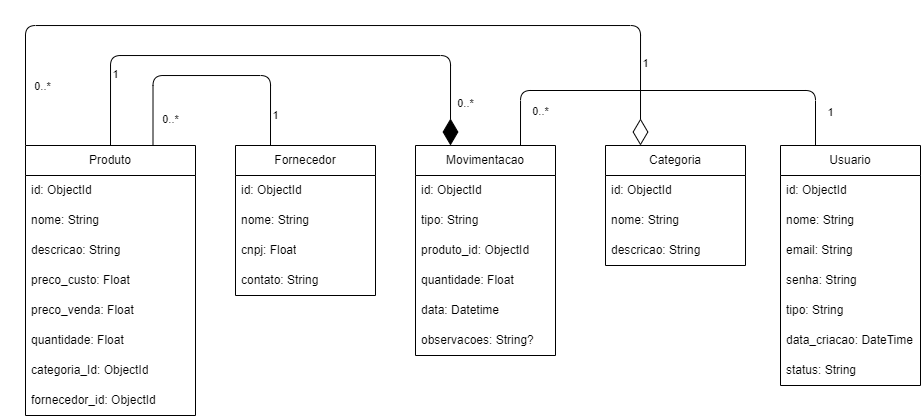
This is docs/STOCK.png from FatecFranca/DSM-P3-G03-2025-1, a draw.io export, as it was before one commit. Source tidied: cells renumbered, new cells last; positions are measured from the earlier drawing's top-left corner, leaving out a move shared by most shapes.
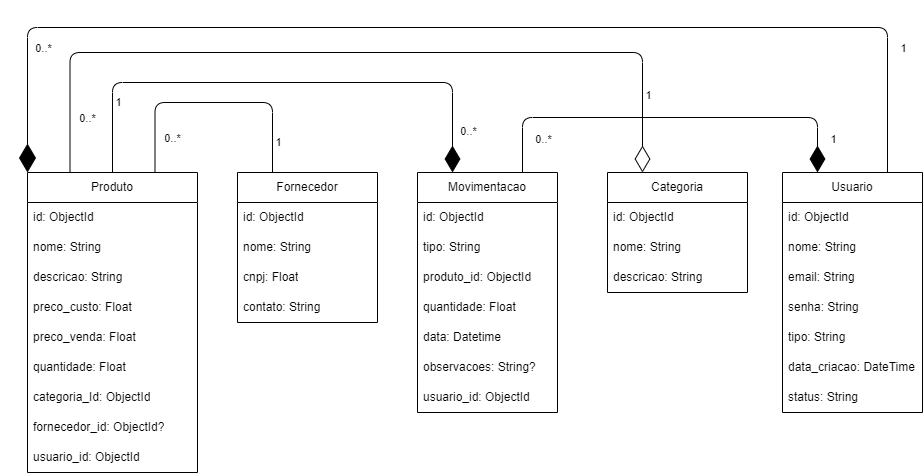
After the change.

Change to the diagram source:
```diff
@@ -2,10 +2,10 @@
   <root>
     <mxCell id="0" />
     <mxCell id="1" parent="0" />
-    <mxCell id="2" style="edgeStyle=orthogonalEdgeStyle;html=1;entryX=0.25;entryY=0;entryDx=0;entryDy=0;exitX=0;exitY=0;exitDx=0;exitDy=0;endArrow=diamondThin;endFill=0;endSize=24;" parent="1" edge="1" source="11" target="20">
+    <mxCell id="2" style="edgeStyle=orthogonalEdgeStyle;html=1;entryX=0.25;entryY=0;entryDx=0;entryDy=0;exitX=0.25;exitY=0;exitDx=0;exitDy=0;endArrow=diamondThin;endFill=0;endSize=24;" parent="1" edge="1" source="11" target="20">
       <mxGeometry relative="1" as="geometry">
         <Array as="points">
-          <mxPoint />
+          <mxPoint x="42" />
           <mxPoint x="615" />
         </Array>
       </mxGeometry>
@@ -30,7 +30,7 @@
     </mxCell>
     <mxCell id="6" value="0..*" style="edgeLabel;html=1;align=center;verticalAlign=middle;" parent="5" vertex="1">
       <mxGeometry x="-0.8" y="2" relative="1" as="geometry">
-        <mxPoint x="19" as="offset" />
+        <mxPoint x="19" y="-9" as="offset" />
       </mxGeometry>
     </mxCell>
     <mxCell id="7" value="1" style="edgeLabel;html=1;align=center;verticalAlign=middle;" parent="5" vertex="1">
@@ -57,7 +57,7 @@
       </mxGeometry>
     </mxCell>
     <mxCell id="11" value="Produto" style="swimlane;fontStyle=0;horizontal=1;startSize=30;whiteSpace=wrap;html=1;" parent="1" vertex="1">
-      <mxGeometry y="120" width="170" height="270" as="geometry" />
+      <mxGeometry y="120" width="170" height="300" as="geometry" />
     </mxCell>
     <mxCell id="12" value="id: ObjectId" style="text;strokeColor=none;fillColor=none;align=left;verticalAlign=middle;spacingLeft=4;spacingRight=4;overflow=hidden;whiteSpace=wrap;html=1;" parent="11" vertex="1">
       <mxGeometry y="30" width="170" height="30" as="geometry" />
@@ -80,9 +80,12 @@
     <mxCell id="18" value="categoria_Id: ObjectId" style="text;strokeColor=none;fillColor=none;align=left;verticalAlign=middle;spacingLeft=4;spacingRight=4;overflow=hidden;whiteSpace=wrap;html=1;" parent="11" vertex="1">
       <mxGeometry y="210" width="170" height="30" as="geometry" />
     </mxCell>
-    <mxCell id="19" value="&lt;span style=&quot;color: rgb(0, 0, 0);&quot;&gt;fornecedor_id: ObjectId&lt;/span&gt;" style="text;strokeColor=none;fillColor=none;align=left;verticalAlign=middle;spacingLeft=4;spacingRight=4;overflow=hidden;whiteSpace=wrap;html=1;" parent="11" vertex="1">
+    <mxCell id="19" value="&lt;span style=&quot;color: rgb(0, 0, 0);&quot;&gt;fornecedor_id: ObjectId?&lt;/span&gt;" style="text;strokeColor=none;fillColor=none;align=left;verticalAlign=middle;spacingLeft=4;spacingRight=4;overflow=hidden;whiteSpace=wrap;html=1;" parent="11" vertex="1">
       <mxGeometry y="240" width="170" height="30" as="geometry" />
     </mxCell>
+    <mxCell id="47" value="usuario_id: ObjectId" style="text;strokeColor=none;fillColor=none;align=left;verticalAlign=middle;spacingLeft=4;spacingRight=4;overflow=hidden;whiteSpace=wrap;html=1;" parent="11" vertex="1">
+      <mxGeometry y="270" width="170" height="30" as="geometry" />
+    </mxCell>
     <mxCell id="20" value="Categoria" style="swimlane;fontStyle=0;horizontal=1;startSize=30;whiteSpace=wrap;html=1;" parent="1" vertex="1">
       <mxGeometry x="580" y="120" width="140" height="120" as="geometry" />
     </mxCell>
@@ -110,7 +113,7 @@
     <mxCell id="28" value="contato: String" style="text;strokeColor=none;fillColor=none;align=left;verticalAlign=middle;spacingLeft=4;spacingRight=4;overflow=hidden;whiteSpace=wrap;html=1;" parent="24" vertex="1">
       <mxGeometry y="120" width="140" height="30" as="geometry" />
     </mxCell>
-    <mxCell id="29" style="edgeStyle=orthogonalEdgeStyle;html=1;exitX=0.75;exitY=0;exitDx=0;exitDy=0;entryX=0.25;entryY=0;entryDx=0;entryDy=0;endArrow=none;endFill=0;" parent="1" edge="1" source="32" target="39">
+    <mxCell id="29" style="edgeStyle=orthogonalEdgeStyle;html=1;exitX=0.75;exitY=0;exitDx=0;exitDy=0;entryX=0.25;entryY=0;entryDx=0;entryDy=0;endArrow=diamondThin;endFill=1;endSize=24;" parent="1" edge="1" source="32" target="39">
       <mxGeometry relative="1" as="geometry">
         <Array as="points">
           <mxPoint x="495" y="65" />
@@ -129,7 +132,7 @@
       </mxGeometry>
     </mxCell>
     <mxCell id="32" value="Movimentacao" style="swimlane;fontStyle=0;horizontal=1;startSize=30;whiteSpace=wrap;html=1;" parent="1" vertex="1">
-      <mxGeometry x="390" y="120" width="140" height="210" as="geometry" />
+      <mxGeometry x="390" y="120" width="140" height="240" as="geometry" />
     </mxCell>
     <mxCell id="33" value="id: ObjectId" style="text;strokeColor=none;fillColor=none;align=left;verticalAlign=middle;spacingLeft=4;spacingRight=4;overflow=hidden;whiteSpace=wrap;html=1;" parent="32" vertex="1">
       <mxGeometry y="30" width="140" height="30" as="geometry" />
@@ -149,6 +152,27 @@
     <mxCell id="38" value="observacoes: String?" style="text;strokeColor=none;fillColor=none;align=left;verticalAlign=middle;spacingLeft=4;spacingRight=4;overflow=hidden;whiteSpace=wrap;html=1;" parent="32" vertex="1">
       <mxGeometry y="180" width="140" height="30" as="geometry" />
     </mxCell>
+    <mxCell id="48" value="usuario_id: ObjectId" style="text;strokeColor=none;fillColor=none;align=left;verticalAlign=middle;spacingLeft=4;spacingRight=4;overflow=hidden;whiteSpace=wrap;html=1;" parent="32" vertex="1">
+      <mxGeometry y="210" width="140" height="30" as="geometry" />
+    </mxCell>
+    <mxCell id="49" style="edgeStyle=orthogonalEdgeStyle;html=1;exitX=0.75;exitY=0;exitDx=0;exitDy=0;entryX=0;entryY=0;entryDx=0;entryDy=0;endArrow=diamondThin;endFill=1;endSize=26;" parent="1" edge="1" source="39" target="11">
+      <mxGeometry relative="1" as="geometry">
+        <Array as="points">
+          <mxPoint x="860" y="-25" />
+          <mxPoint y="-25" />
+        </Array>
+      </mxGeometry>
+    </mxCell>
+    <mxCell id="50" value="1" style="edgeLabel;html=1;align=center;verticalAlign=middle;" parent="49" vertex="1">
+      <mxGeometry x="-0.86" y="1" relative="1" as="geometry">
+        <mxPoint x="16" y="-44" as="offset" />
+      </mxGeometry>
+    </mxCell>
+    <mxCell id="51" value="0..*" style="edgeLabel;html=1;align=center;verticalAlign=middle;" parent="49" vertex="1">
+      <mxGeometry x="0.8" relative="1" as="geometry">
+        <mxPoint x="15" y="-11" as="offset" />
+      </mxGeometry>
+    </mxCell>
     <mxCell id="39" value="Usuario" style="swimlane;fontStyle=0;horizontal=1;startSize=30;whiteSpace=wrap;html=1;" parent="1" vertex="1">
       <mxGeometry x="755" y="120" width="140" height="240" as="geometry" />
     </mxCell>
```
